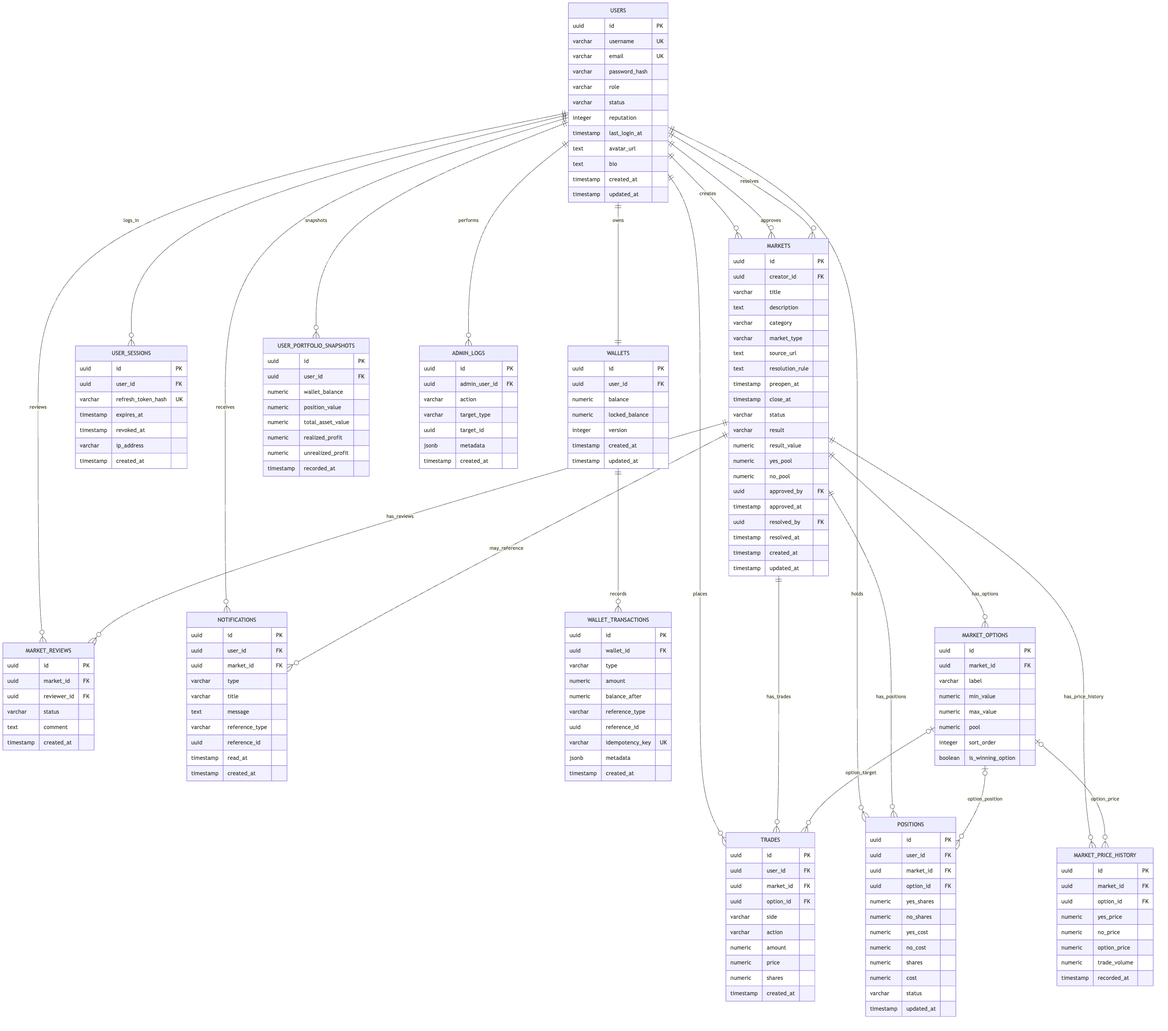
This is docs/資料庫設計/erd/ucmarket-er-diagram.png from b2626826-blip/UcMarket, a Mermaid export, as it was before one commit. Its source is kept beside it as docs/資料庫設計/erd/ucmarket-er-diagram.mmd.
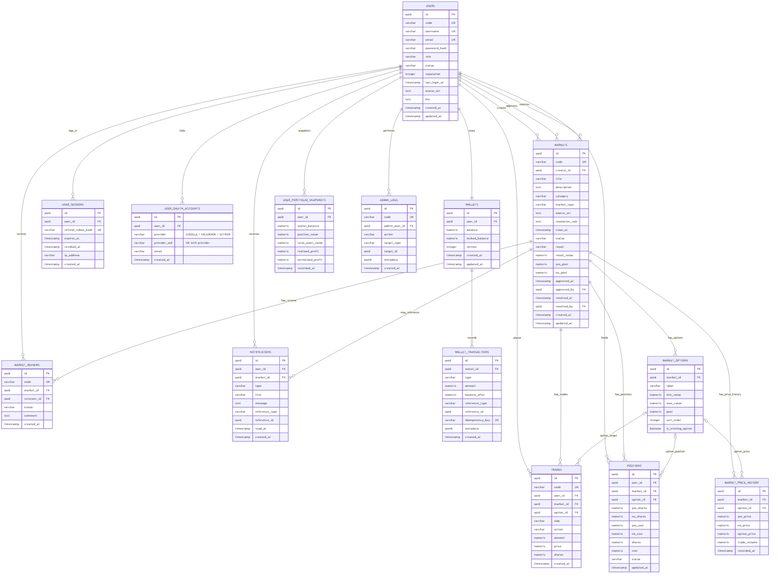
After the commit.

Commit message:
資料庫設計文件對齊實際資料庫（ucmarket01）

The edit, as a diff of the source:
```diff
@@ -1,6 +1,7 @@
 erDiagram
     USERS ||--|| WALLETS : owns
     USERS ||--o{ USER_SESSIONS : logs_in
+    USERS ||--o{ USER_OAUTH_ACCOUNTS : links
     USERS ||--o{ MARKETS : creates
     USERS ||--o{ MARKETS : approves
     USERS ||--o{ MARKETS : resolves
@@ -23,6 +24,7 @@
 
     USERS {
         uuid id PK
+        varchar code UK
         varchar username UK
         varchar email UK
         varchar password_hash
@@ -42,6 +44,14 @@
         timestamp expires_at
         timestamp revoked_at
         varchar ip_address
+        timestamp created_at
+    }
+    USER_OAUTH_ACCOUNTS {
+        uuid id PK
+        uuid user_id FK
+        varchar provider "GOOGLE / FACEBOOK / GITHUB"
+        varchar provider_uid "UK with provider"
+        varchar email
         timestamp created_at
     }
     WALLETS {
@@ -67,6 +77,7 @@
     }
     MARKETS {
         uuid id PK
+        varchar code UK
         uuid creator_id FK
         varchar title
         text description
@@ -74,22 +85,22 @@
         varchar market_type
         text source_url
         text resolution_rule
-        timestamp preopen_at
         timestamp close_at
         varchar status
         varchar result
         numeric result_value
         numeric yes_pool
         numeric no_pool
+        timestamp approved_at
         uuid approved_by FK
-        timestamp approved_at
+        timestamp resolved_at
         uuid resolved_by FK
-        timestamp resolved_at
         timestamp created_at
         timestamp updated_at
     }
     MARKET_REVIEWS {
         uuid id PK
+        varchar code UK
         uuid market_id FK
         uuid reviewer_id FK
         varchar status
@@ -108,6 +119,7 @@
     }
     TRADES {
         uuid id PK
+        varchar code UK
         uuid user_id FK
         uuid market_id FK
         uuid option_id FK
@@ -166,6 +178,7 @@
     }
     ADMIN_LOGS {
         uuid id PK
+        varchar code UK
         uuid admin_user_id FK
         varchar action
         varchar target_type
```
